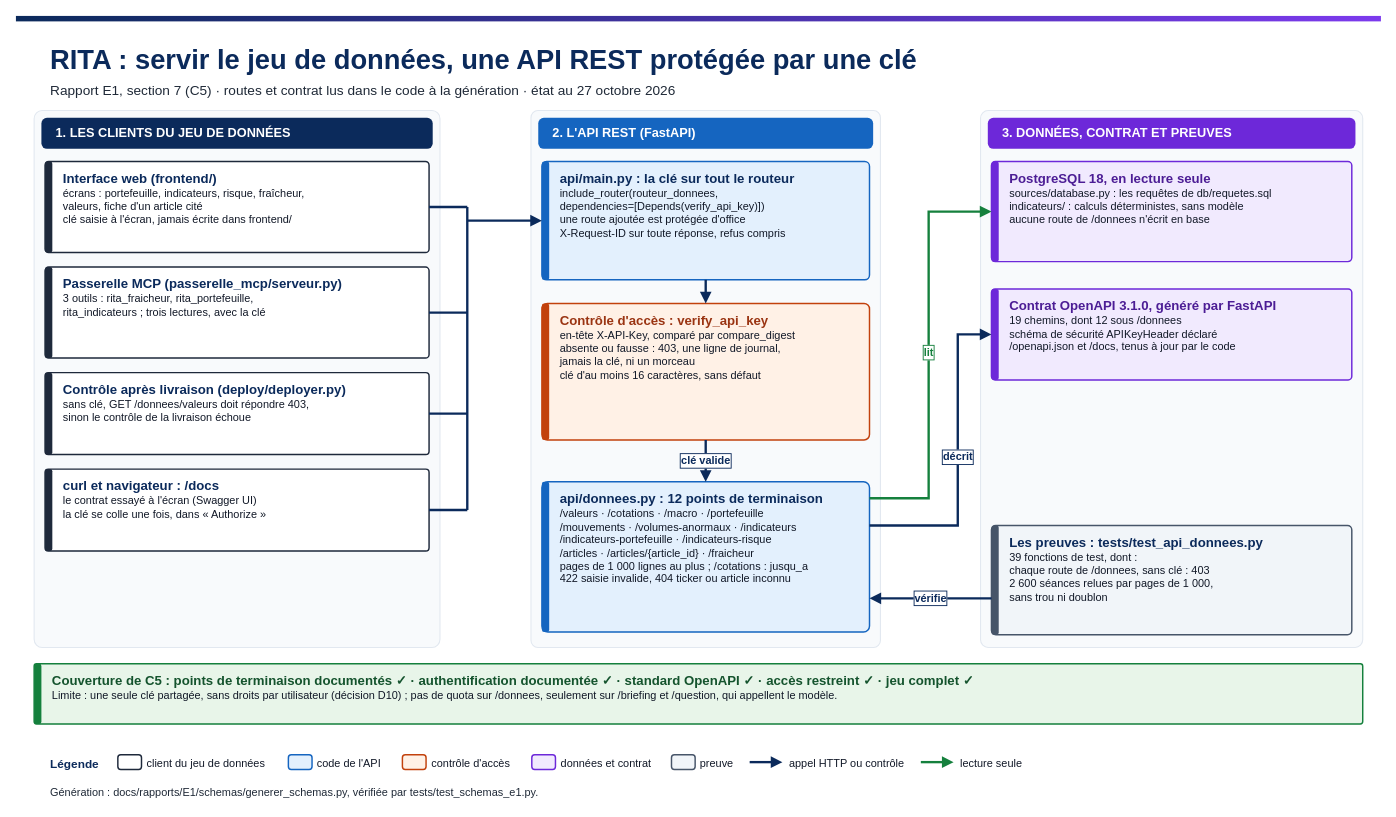
Before: docs/rapports/E1/schemas/E1-api.drawio in Ganda15/rita-agent, a draw.io diagram. Source tidied: cells renumbered, new cells numbered last; positions are measured from the earlier drawing's top-left corner, leaving out a move shared by most shapes. Both pictures are drawn from the tidied source at 91%, with x=0, y=0 at pixel (15, 15).
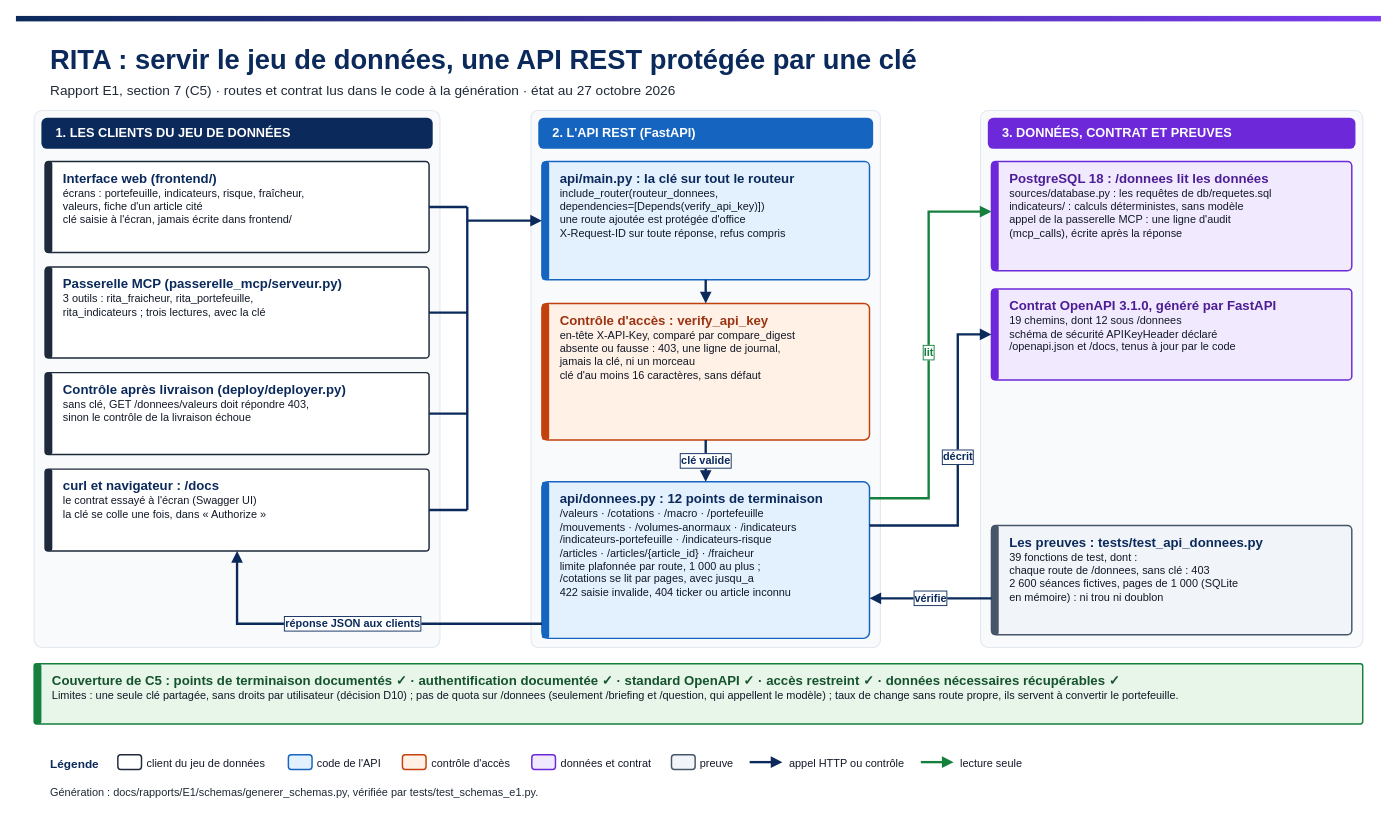
After the change.

What changed in the source:
```diff
@@
-    <mxCell id="23" value="&lt;b&gt;&lt;font style=&quot;font-size:14.5px;color:#0B2A5B&quot;&gt;api/donnees.py : 12 points de terminaison&lt;/font&gt;&lt;/b&gt;&lt;br&gt;&lt;font style=&quot;font-size:12px;color:#111827&quot;&gt;/valeurs · /cotations · /macro · /portefeuille&lt;/font&gt;&lt;br&gt;&lt;font style=&quot;font-size:12px;color:#111827&quot;&gt;/mouvements · /volumes-anormaux · /indicateurs&lt;/font&gt;&lt;br&gt;&lt;font style=&quot;font-size:12px;color:#111827&quot;&gt;/indicateurs-portefeuille · /indicateurs-risque&lt;/font&gt;&lt;br&gt;&lt;font style=&quot;font-size:12px;color:#111827&quot;&gt;/articles · /articles/{article_id} · /fraicheur&lt;/font&gt;&lt;br&gt;&lt;font style=&quot;font-size:12px;color:#111827&quot;&gt;pages de 1 000 lignes au plus ; /cotations : jusqu_a&lt;/font&gt;&lt;br&gt;&lt;font style=&quot;font-size:12px;color:#111827&quot;&gt;422 saisie invalide, 404 ticker ou article inconnu&lt;/font&gt;" style="rounded=1;arcSize=4;whiteSpace=wrap;html=1;fillColor=#E3F0FD;strokeColor=#1565C0;strokeWidth=1.6;align=left;verticalAlign=top;spacingLeft=18;spacingTop=4;fontSize=12;fontColor=#111827;" parent="1" vertex="1">
-      <mxGeometry x="578" y="512" width="360" height="165" as="geometry" />
+    <mxCell id="23" value="&lt;b&gt;&lt;font style=&quot;font-size:14.5px;color:#0B2A5B&quot;&gt;api/donnees.py : 12 points de terminaison&lt;/font&gt;&lt;/b&gt;&lt;br&gt;&lt;font style=&quot;font-size:12px;color:#111827&quot;&gt;/valeurs · /cotations · /macro · /portefeuille&lt;/font&gt;&lt;br&gt;&lt;font style=&quot;font-size:12px;color:#111827&quot;&gt;/mouvements · /volumes-anormaux · /indicateurs&lt;/font&gt;&lt;br&gt;&lt;font style=&quot;font-size:12px;color:#111827&quot;&gt;/indicateurs-portefeuille · /indicateurs-risque&lt;/font&gt;&lt;br&gt;&lt;font style=&quot;font-size:12px;color:#111827&quot;&gt;/articles · /articles/{article_id} · /fraicheur&lt;/font&gt;&lt;br&gt;&lt;font style=&quot;font-size:12px;color:#111827&quot;&gt;limite plafonnée par route, 1 000 au plus ;&lt;/font&gt;&lt;br&gt;&lt;font style=&quot;font-size:12px;color:#111827&quot;&gt;  /cotations se lit par pages, avec jusqu_a&lt;/font&gt;&lt;br&gt;&lt;font style=&quot;font-size:12px;color:#111827&quot;&gt;422 saisie invalide, 404 ticker ou article inconnu&lt;/font&gt;" style="rounded=1;arcSize=4;whiteSpace=wrap;html=1;fillColor=#E3F0FD;strokeColor=#1565C0;strokeWidth=1.6;align=left;verticalAlign=top;spacingLeft=18;spacingTop=4;fontSize=12;fontColor=#111827;" parent="1" vertex="1">
+      <mxGeometry x="578" y="512" width="360" height="172" as="geometry" />
     </mxCell>
     <mxCell id="24" style="rounded=1;arcSize=30;html=1;fillColor=#1565C0;strokeColor=none;" parent="1" vertex="1">
-      <mxGeometry x="578" y="512" width="8" height="165" as="geometry" />
+      <mxGeometry x="578" y="512" width="8" height="172" as="geometry" />
     </mxCell>
-    <mxCell id="25" value="&lt;b&gt;&lt;font style=&quot;font-size:14.5px;color:#4C1D95&quot;&gt;PostgreSQL 18, en lecture seule&lt;/font&gt;&lt;/b&gt;&lt;br&gt;&lt;font style=&quot;font-size:12px;color:#111827&quot;&gt;sources/database.py : les requêtes de db/requetes.sql&lt;/font&gt;&lt;br&gt;&lt;font style=&quot;font-size:12px;color:#111827&quot;&gt;indicateurs/ : calculs déterministes, sans modèle&lt;/font&gt;&lt;br&gt;&lt;font style=&quot;font-size:12px;color:#111827&quot;&gt;aucune route de /donnees n&amp;#x27;écrit en base&lt;/font&gt;" style="rounded=1;arcSize=4;whiteSpace=wrap;html=1;fillColor=#F1EAFE;strokeColor=#6D28D9;strokeWidth=1.6;align=left;verticalAlign=top;spacingLeft=18;spacingTop=4;fontSize=12;fontColor=#111827;" parent="1" vertex="1">
-      <mxGeometry x="1072" y="160" width="396" height="110" as="geometry" />
+    <mxCell id="25" value="&lt;b&gt;&lt;font style=&quot;font-size:14.5px;color:#4C1D95&quot;&gt;PostgreSQL 18 : /donnees lit les données&lt;/font&gt;&lt;/b&gt;&lt;br&gt;&lt;font style=&quot;font-size:12px;color:#111827&quot;&gt;sources/database.py : les requêtes de db/requetes.sql&lt;/font&gt;&lt;br&gt;&lt;font style=&quot;font-size:12px;color:#111827&quot;&gt;indicateurs/ : calculs déterministes, sans modèle&lt;/font&gt;&lt;br&gt;&lt;font style=&quot;font-size:12px;color:#111827&quot;&gt;appel de la passerelle MCP : une ligne d&amp;#x27;audit&lt;/font&gt;&lt;br&gt;&lt;font style=&quot;font-size:12px;color:#111827&quot;&gt;  (mcp_calls), écrite après la réponse&lt;/font&gt;" style="rounded=1;arcSize=4;whiteSpace=wrap;html=1;fillColor=#F1EAFE;strokeColor=#6D28D9;strokeWidth=1.6;align=left;verticalAlign=top;spacingLeft=18;spacingTop=4;fontSize=12;fontColor=#111827;" parent="1" vertex="1">
+      <mxGeometry x="1072" y="160" width="396" height="120" as="geometry" />
     </mxCell>
     <mxCell id="26" style="rounded=1;arcSize=30;html=1;fillColor=#6D28D9;strokeColor=none;" parent="1" vertex="1">
-      <mxGeometry x="1072" y="160" width="8" height="110" as="geometry" />
+      <mxGeometry x="1072" y="160" width="8" height="120" as="geometry" />
     </mxCell>
@@
-    <mxCell id="29" value="&lt;b&gt;&lt;font style=&quot;font-size:14.5px;color:#0B2A5B&quot;&gt;Les preuves : tests/test_api_donnees.py&lt;/font&gt;&lt;/b&gt;&lt;br&gt;&lt;font style=&quot;font-size:12px;color:#111827&quot;&gt;39 fonctions de test, dont :&lt;/font&gt;&lt;br&gt;&lt;font style=&quot;font-size:12px;color:#111827&quot;&gt;chaque route de /donnees, sans clé : 403&lt;/font&gt;&lt;br&gt;&lt;font style=&quot;font-size:12px;color:#111827&quot;&gt;2 600 séances relues par pages de 1 000,&lt;/font&gt;&lt;br&gt;&lt;font style=&quot;font-size:12px;color:#111827&quot;&gt;  sans trou ni doublon&lt;/font&gt;" style="rounded=1;arcSize=4;whiteSpace=wrap;html=1;fillColor=#F1F5F9;strokeColor=#475569;strokeWidth=1.6;align=left;verticalAlign=top;spacingLeft=18;spacingTop=4;fontSize=12;fontColor=#111827;" parent="1" vertex="1">
+    <mxCell id="29" value="&lt;b&gt;&lt;font style=&quot;font-size:14.5px;color:#0B2A5B&quot;&gt;Les preuves : tests/test_api_donnees.py&lt;/font&gt;&lt;/b&gt;&lt;br&gt;&lt;font style=&quot;font-size:12px;color:#111827&quot;&gt;39 fonctions de test, dont :&lt;/font&gt;&lt;br&gt;&lt;font style=&quot;font-size:12px;color:#111827&quot;&gt;chaque route de /donnees, sans clé : 403&lt;/font&gt;&lt;br&gt;&lt;font style=&quot;font-size:12px;color:#111827&quot;&gt;2 600 séances fictives, pages de 1 000 (SQLite&lt;/font&gt;&lt;br&gt;&lt;font style=&quot;font-size:12px;color:#111827&quot;&gt;  en mémoire) : ni trou ni doublon&lt;/font&gt;" style="rounded=1;arcSize=4;whiteSpace=wrap;html=1;fillColor=#F1F5F9;strokeColor=#475569;strokeWidth=1.6;align=left;verticalAlign=top;spacingLeft=18;spacingTop=4;fontSize=12;fontColor=#111827;" parent="1" vertex="1">
       <mxGeometry x="1072" y="560" width="396" height="120" as="geometry" />
     </mxCell>
@@
-    <mxCell id="31" value="&lt;b&gt;&lt;font style=&quot;font-size:14.5px;color:#14532D&quot;&gt;Couverture de C5 : points de terminaison documentés ✓ · authentification documentée ✓ · standard OpenAPI ✓ · accès restreint ✓ · jeu complet ✓&lt;/font&gt;&lt;/b&gt;&lt;br&gt;&lt;font style=&quot;font-size:12px;color:#111827&quot;&gt;Limite : une seule clé partagée, sans droits par utilisateur (décision D10) ; pas de quota sur /donnees, seulement sur /briefing et /question, qui appellent le modèle.&lt;/font&gt;" style="rounded=1;arcSize=4;whiteSpace=wrap;html=1;fillColor=#E8F5E9;strokeColor=#15803D;strokeWidth=1.6;align=left;verticalAlign=top;spacingLeft=18;spacingTop=4;fontSize=12;fontColor=#111827;" parent="1" vertex="1">
+    <mxCell id="31" value="&lt;b&gt;&lt;font style=&quot;font-size:14.5px;color:#14532D&quot;&gt;Couverture de C5 : points de terminaison documentés ✓ · authentification documentée ✓ · standard OpenAPI ✓ · accès restreint ✓ · données nécessaires récupérables ✓&lt;/font&gt;&lt;/b&gt;&lt;br&gt;&lt;font style=&quot;font-size:12px;color:#111827&quot;&gt;Limites : une seule clé partagée, sans droits par utilisateur (décision D10) ; pas de quota sur /donnees (seulement /briefing et /question, qui appellent le modèle) ; taux de change sans route propre, ils servent à convertir le portefeuille.&lt;/font&gt;" style="rounded=1;arcSize=4;whiteSpace=wrap;html=1;fillColor=#E8F5E9;strokeColor=#15803D;strokeWidth=1.6;align=left;verticalAlign=top;spacingLeft=18;spacingTop=4;fontSize=12;fontColor=#111827;" parent="1" vertex="1">
       <mxGeometry x="20" y="712" width="1460" height="66" as="geometry" />
     </mxCell>
@@
+    <mxCell id="60" value="réponse JSON aux clients" style="edgeStyle=none;rounded=0;html=1;strokeColor=#0B2A5B;strokeWidth=2.6;endArrow=block;endFill=1;fontColor=#0B2A5B;fontStyle=1;fontSize=12;labelBackgroundColor=#FFFFFF;labelBorderColor=#0B2A5B;" parent="1" edge="1">
+      <mxGeometry relative="1" as="geometry">
+        <mxPoint x="578" y="668" as="sourcePoint" />
+        <mxPoint x="243" y="588" as="targetPoint" />
+        <Array as="points">
+          <mxPoint x="243" y="668" />
+        </Array>
+      </mxGeometry>
+    </mxCell>
```
